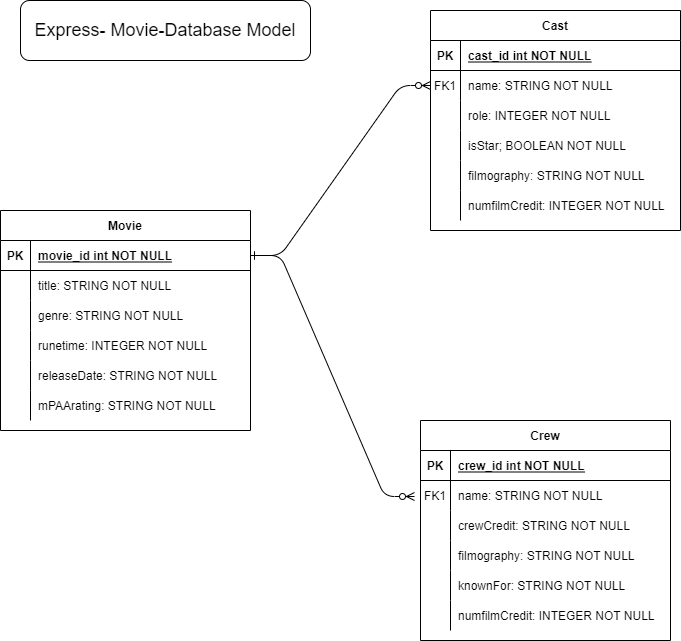
Earlier version of the draw.io export Express-Movie-Database Model.drawio.png (enewmanvz/express-movie-database). Source tidied: cells renumbered, new cells last; positions are measured from the earlier drawing's top-left corner, leaving out a move shared by most shapes. Source of this version:
```xml
<mxGraphModel>
  <root>
    <mxCell id="0" />
    <mxCell id="1" parent="0" />
    <mxCell id="2" style="edgeStyle=entityRelationEdgeStyle;endArrow=ERzeroToMany;startArrow=ERone;endFill=1;startFill=0;" parent="1" edge="1" source="42" target="7">
      <mxGeometry relative="1" as="geometry" />
    </mxCell>
    <mxCell id="3" value="Cast" style="shape=table;startSize=30;rowLines=0;fontStyle=1;align=center;" parent="1" vertex="1">
      <mxGeometry x="430" y="10" width="250" height="220" as="geometry" />
    </mxCell>
    <mxCell id="4" style="shape=partialRectangle;fillColor=none;top=0;left=0;right=0;bottom=1;" parent="3" vertex="1">
      <mxGeometry y="30" width="250" height="30" as="geometry" />
    </mxCell>
    <mxCell id="5" value="PK" style="shape=partialRectangle;overflow=hidden;fillColor=none;top=0;left=0;bottom=0;right=0;fontStyle=1;" parent="4" vertex="1">
      <mxGeometry width="30" height="30" as="geometry" />
    </mxCell>
    <mxCell id="6" value="cast_id int NOT NULL " style="shape=partialRectangle;overflow=hidden;fillColor=none;top=0;left=0;bottom=0;right=0;align=left;spacingLeft=6;fontStyle=5;" parent="4" vertex="1">
      <mxGeometry x="30" width="220" height="30" as="geometry" />
    </mxCell>
    <mxCell id="7" style="shape=partialRectangle;fillColor=none;points=[[0,0.5],[1,0.5]];portConstraint=eastwest;top=0;left=0;right=0;bottom=0;" parent="3" vertex="1">
      <mxGeometry y="60" width="250" height="30" as="geometry" />
    </mxCell>
    <mxCell id="8" value="FK1" style="shape=partialRectangle;overflow=hidden;fillColor=none;top=0;left=0;bottom=0;right=0;" parent="7" vertex="1">
      <mxGeometry width="30" height="30" as="geometry" />
    </mxCell>
    <mxCell id="9" value="name: STRING NOT NULL" style="shape=partialRectangle;overflow=hidden;fillColor=none;top=0;left=0;bottom=0;right=0;align=left;spacingLeft=6;" parent="7" vertex="1">
      <mxGeometry x="30" width="220" height="30" as="geometry" />
    </mxCell>
    <mxCell id="10" style="shape=partialRectangle;fillColor=none;top=0;left=0;right=0;bottom=0;" parent="3" vertex="1">
      <mxGeometry y="90" width="250" height="30" as="geometry" />
    </mxCell>
    <mxCell id="11" style="shape=partialRectangle;overflow=hidden;fillColor=none;top=0;left=0;bottom=0;right=0;" parent="10" vertex="1">
      <mxGeometry width="30" height="30" as="geometry" />
    </mxCell>
    <mxCell id="12" value="role: INTEGER NOT NULL" style="shape=partialRectangle;overflow=hidden;fillColor=none;top=0;left=0;bottom=0;right=0;align=left;spacingLeft=6;" parent="10" vertex="1">
      <mxGeometry x="30" width="220" height="30" as="geometry" />
    </mxCell>
    <mxCell id="13" style="shape=partialRectangle;fillColor=none;top=0;left=0;right=0;bottom=0;" parent="3" vertex="1">
      <mxGeometry y="120" width="250" height="30" as="geometry" />
    </mxCell>
    <mxCell id="14" style="shape=partialRectangle;overflow=hidden;fillColor=none;top=0;left=0;bottom=0;right=0;" parent="13" vertex="1">
      <mxGeometry width="30" height="30" as="geometry" />
    </mxCell>
    <mxCell id="15" value="isStar; BOOLEAN NOT NULL" style="shape=partialRectangle;overflow=hidden;fillColor=none;top=0;left=0;bottom=0;right=0;align=left;spacingLeft=6;" parent="13" vertex="1">
      <mxGeometry x="30" width="220" height="30" as="geometry" />
    </mxCell>
    <mxCell id="16" style="shape=partialRectangle;fillColor=none;top=0;left=0;right=0;bottom=0;" parent="3" vertex="1">
      <mxGeometry y="150" width="250" height="30" as="geometry" />
    </mxCell>
    <mxCell id="17" style="shape=partialRectangle;overflow=hidden;fillColor=none;top=0;left=0;bottom=0;right=0;" parent="16" vertex="1">
      <mxGeometry width="30" height="30" as="geometry" />
    </mxCell>
    <mxCell id="18" value="filmography: STRING NOT NULL" style="shape=partialRectangle;overflow=hidden;fillColor=none;top=0;left=0;bottom=0;right=0;align=left;spacingLeft=6;" parent="16" vertex="1">
      <mxGeometry x="30" width="220" height="30" as="geometry" />
    </mxCell>
    <mxCell id="19" style="shape=partialRectangle;fillColor=none;top=0;left=0;right=0;bottom=0;" parent="3" vertex="1">
      <mxGeometry y="180" width="250" height="30" as="geometry" />
    </mxCell>
    <mxCell id="20" style="shape=partialRectangle;overflow=hidden;fillColor=none;top=0;left=0;bottom=0;right=0;" parent="19" vertex="1">
      <mxGeometry width="30" height="30" as="geometry" />
    </mxCell>
    <mxCell id="21" value="numfilmCredit: INTEGER NOT NULL" style="shape=partialRectangle;overflow=hidden;fillColor=none;top=0;left=0;bottom=0;right=0;align=left;spacingLeft=6;" parent="19" vertex="1">
      <mxGeometry x="30" width="220" height="30" as="geometry" />
    </mxCell>
    <mxCell id="22" value="Crew" style="shape=table;startSize=30;rowLines=0;fontStyle=1;align=center;" parent="1" vertex="1">
      <mxGeometry x="420" y="420" width="250" height="220" as="geometry" />
    </mxCell>
    <mxCell id="23" style="shape=partialRectangle;fillColor=none;top=0;left=0;right=0;bottom=1;" parent="22" vertex="1">
      <mxGeometry y="30" width="250" height="30" as="geometry" />
    </mxCell>
    <mxCell id="24" value="PK" style="shape=partialRectangle;overflow=hidden;fillColor=none;top=0;left=0;bottom=0;right=0;fontStyle=1;" parent="23" vertex="1">
      <mxGeometry width="30" height="30" as="geometry" />
    </mxCell>
    <mxCell id="25" value="crew_id int NOT NULL " style="shape=partialRectangle;overflow=hidden;fillColor=none;top=0;left=0;bottom=0;right=0;align=left;spacingLeft=6;fontStyle=5;" parent="23" vertex="1">
      <mxGeometry x="30" width="220" height="30" as="geometry" />
    </mxCell>
    <mxCell id="26" style="shape=partialRectangle;fillColor=none;points=[[0,0.5],[1,0.5]];portConstraint=eastwest;top=0;left=0;right=0;bottom=0;" parent="22" vertex="1">
      <mxGeometry y="60" width="250" height="30" as="geometry" />
    </mxCell>
    <mxCell id="27" value="FK1" style="shape=partialRectangle;overflow=hidden;fillColor=none;top=0;left=0;bottom=0;right=0;" parent="26" vertex="1">
      <mxGeometry width="30" height="30" as="geometry" />
    </mxCell>
    <mxCell id="28" value="name: STRING NOT NULL" style="shape=partialRectangle;overflow=hidden;fillColor=none;top=0;left=0;bottom=0;right=0;align=left;spacingLeft=6;" parent="26" vertex="1">
      <mxGeometry x="30" width="220" height="30" as="geometry" />
    </mxCell>
    <mxCell id="29" style="shape=partialRectangle;fillColor=none;top=0;left=0;right=0;bottom=0;" parent="22" vertex="1">
      <mxGeometry y="90" width="250" height="30" as="geometry" />
    </mxCell>
    <mxCell id="30" style="shape=partialRectangle;overflow=hidden;fillColor=none;top=0;left=0;bottom=0;right=0;" parent="29" vertex="1">
      <mxGeometry width="30" height="30" as="geometry" />
    </mxCell>
    <mxCell id="31" value="crewCredit: STRING NOT NULL" style="shape=partialRectangle;overflow=hidden;fillColor=none;top=0;left=0;bottom=0;right=0;align=left;spacingLeft=6;" parent="29" vertex="1">
      <mxGeometry x="30" width="220" height="30" as="geometry" />
    </mxCell>
    <mxCell id="32" style="shape=partialRectangle;fillColor=none;top=0;left=0;right=0;bottom=0;" parent="22" vertex="1">
      <mxGeometry y="120" width="250" height="30" as="geometry" />
    </mxCell>
    <mxCell id="33" style="shape=partialRectangle;overflow=hidden;fillColor=none;top=0;left=0;bottom=0;right=0;" parent="32" vertex="1">
      <mxGeometry width="30" height="30" as="geometry" />
    </mxCell>
    <mxCell id="34" value="filmography: STRING NOT NULL" style="shape=partialRectangle;overflow=hidden;fillColor=none;top=0;left=0;bottom=0;right=0;align=left;spacingLeft=6;" parent="32" vertex="1">
      <mxGeometry x="30" width="220" height="30" as="geometry" />
    </mxCell>
    <mxCell id="35" style="shape=partialRectangle;fillColor=none;top=0;left=0;right=0;bottom=0;" parent="22" vertex="1">
      <mxGeometry y="150" width="250" height="30" as="geometry" />
    </mxCell>
    <mxCell id="36" style="shape=partialRectangle;overflow=hidden;fillColor=none;top=0;left=0;bottom=0;right=0;" parent="35" vertex="1">
      <mxGeometry width="30" height="30" as="geometry" />
    </mxCell>
    <mxCell id="37" value="knownFor: STRING NOT NULL" style="shape=partialRectangle;overflow=hidden;fillColor=none;top=0;left=0;bottom=0;right=0;align=left;spacingLeft=6;" parent="35" vertex="1">
      <mxGeometry x="30" width="220" height="30" as="geometry" />
    </mxCell>
    <mxCell id="38" style="shape=partialRectangle;fillColor=none;top=0;left=0;right=0;bottom=0;" parent="22" vertex="1">
      <mxGeometry y="180" width="250" height="30" as="geometry" />
    </mxCell>
    <mxCell id="39" style="shape=partialRectangle;overflow=hidden;fillColor=none;top=0;left=0;bottom=0;right=0;" parent="38" vertex="1">
      <mxGeometry width="30" height="30" as="geometry" />
    </mxCell>
    <mxCell id="40" value="numfilmCredit: INTEGER NOT NULL" style="shape=partialRectangle;overflow=hidden;fillColor=none;top=0;left=0;bottom=0;right=0;align=left;spacingLeft=6;" parent="38" vertex="1">
      <mxGeometry x="30" width="220" height="30" as="geometry" />
    </mxCell>
    <mxCell id="41" value="Movie" style="shape=table;startSize=30;rowLines=0;fontStyle=1;align=center;" parent="1" vertex="1">
      <mxGeometry y="210" width="250" height="220" as="geometry" />
    </mxCell>
    <mxCell id="42" style="shape=partialRectangle;fillColor=none;points=[[0,0.5],[1,0.5]];portConstraint=eastwest;top=0;left=0;right=0;bottom=1;" parent="41" vertex="1">
      <mxGeometry y="30" width="250" height="30" as="geometry" />
    </mxCell>
    <mxCell id="43" value="PK" style="shape=partialRectangle;overflow=hidden;fillColor=none;top=0;left=0;bottom=0;right=0;fontStyle=1;" parent="42" vertex="1">
      <mxGeometry width="30" height="30" as="geometry" />
    </mxCell>
    <mxCell id="44" value="movie_id int NOT NULL " style="shape=partialRectangle;overflow=hidden;fillColor=none;top=0;left=0;bottom=0;right=0;align=left;spacingLeft=6;fontStyle=5;" parent="42" vertex="1">
      <mxGeometry x="30" width="220" height="30" as="geometry" />
    </mxCell>
    <mxCell id="45" style="shape=partialRectangle;fillColor=none;top=0;left=0;right=0;bottom=0;" parent="41" vertex="1">
      <mxGeometry y="60" width="250" height="30" as="geometry" />
    </mxCell>
    <mxCell id="46" style="shape=partialRectangle;overflow=hidden;fillColor=none;top=0;left=0;bottom=0;right=0;" parent="45" vertex="1">
      <mxGeometry width="30" height="30" as="geometry" />
    </mxCell>
    <mxCell id="47" value="title: STRING NOT NULL" style="shape=partialRectangle;overflow=hidden;fillColor=none;top=0;left=0;bottom=0;right=0;align=left;spacingLeft=6;" parent="45" vertex="1">
      <mxGeometry x="30" width="220" height="30" as="geometry" />
    </mxCell>
    <mxCell id="48" style="shape=partialRectangle;fillColor=none;top=0;left=0;right=0;bottom=0;" parent="41" vertex="1">
      <mxGeometry y="90" width="250" height="30" as="geometry" />
    </mxCell>
    <mxCell id="49" style="shape=partialRectangle;overflow=hidden;fillColor=none;top=0;left=0;bottom=0;right=0;" parent="48" vertex="1">
      <mxGeometry width="30" height="30" as="geometry" />
    </mxCell>
    <mxCell id="50" value="genre: STRING NOT NULL" style="shape=partialRectangle;overflow=hidden;fillColor=none;top=0;left=0;bottom=0;right=0;align=left;spacingLeft=6;" parent="48" vertex="1">
      <mxGeometry x="30" width="220" height="30" as="geometry" />
    </mxCell>
    <mxCell id="51" style="shape=partialRectangle;fillColor=none;top=0;left=0;right=0;bottom=0;" parent="41" vertex="1">
      <mxGeometry y="120" width="250" height="30" as="geometry" />
    </mxCell>
    <mxCell id="52" style="shape=partialRectangle;overflow=hidden;fillColor=none;top=0;left=0;bottom=0;right=0;" parent="51" vertex="1">
      <mxGeometry width="30" height="30" as="geometry" />
    </mxCell>
    <mxCell id="53" value="runetime: INTEGER NOT NULL" style="shape=partialRectangle;overflow=hidden;fillColor=none;top=0;left=0;bottom=0;right=0;align=left;spacingLeft=6;" parent="51" vertex="1">
      <mxGeometry x="30" width="220" height="30" as="geometry" />
    </mxCell>
    <mxCell id="54" style="shape=partialRectangle;fillColor=none;top=0;left=0;right=0;bottom=0;" parent="41" vertex="1">
      <mxGeometry y="150" width="250" height="30" as="geometry" />
    </mxCell>
    <mxCell id="55" style="shape=partialRectangle;overflow=hidden;fillColor=none;top=0;left=0;bottom=0;right=0;" parent="54" vertex="1">
      <mxGeometry width="30" height="30" as="geometry" />
    </mxCell>
    <mxCell id="56" value="releaseDate: STRING NOT NULL" style="shape=partialRectangle;overflow=hidden;fillColor=none;top=0;left=0;bottom=0;right=0;align=left;spacingLeft=6;" parent="54" vertex="1">
      <mxGeometry x="30" width="220" height="30" as="geometry" />
    </mxCell>
    <mxCell id="57" style="shape=partialRectangle;fillColor=none;top=0;left=0;right=0;bottom=0;" parent="41" vertex="1">
      <mxGeometry y="180" width="250" height="30" as="geometry" />
    </mxCell>
    <mxCell id="58" style="shape=partialRectangle;overflow=hidden;fillColor=none;top=0;left=0;bottom=0;right=0;" parent="57" vertex="1">
      <mxGeometry width="30" height="30" as="geometry" />
    </mxCell>
    <mxCell id="59" value="mPAArating: STRING NOT NULL" style="shape=partialRectangle;overflow=hidden;fillColor=none;top=0;left=0;bottom=0;right=0;align=left;spacingLeft=6;" parent="57" vertex="1">
      <mxGeometry x="30" width="220" height="30" as="geometry" />
    </mxCell>
    <mxCell id="60" style="edgeStyle=entityRelationEdgeStyle;endArrow=ERzeroToMany;startArrow=ERone;endFill=1;startFill=0;entryX=-0.024;entryY=0.533;entryDx=0;entryDy=0;entryPerimeter=0;exitX=1;exitY=0.5;exitDx=0;exitDy=0;" parent="1" edge="1" source="42" target="26">
      <mxGeometry relative="1" as="geometry" />
    </mxCell>
    <mxCell id="61" value="&lt;font style=&quot;font-size: 18px&quot;&gt;Express- Movie-Database Model&lt;/font&gt;" style="rounded=1;whiteSpace=wrap;html=1;" parent="1" vertex="1">
      <mxGeometry x="20" width="290" height="60" as="geometry" />
    </mxCell>
  </root>
</mxGraphModel>
```
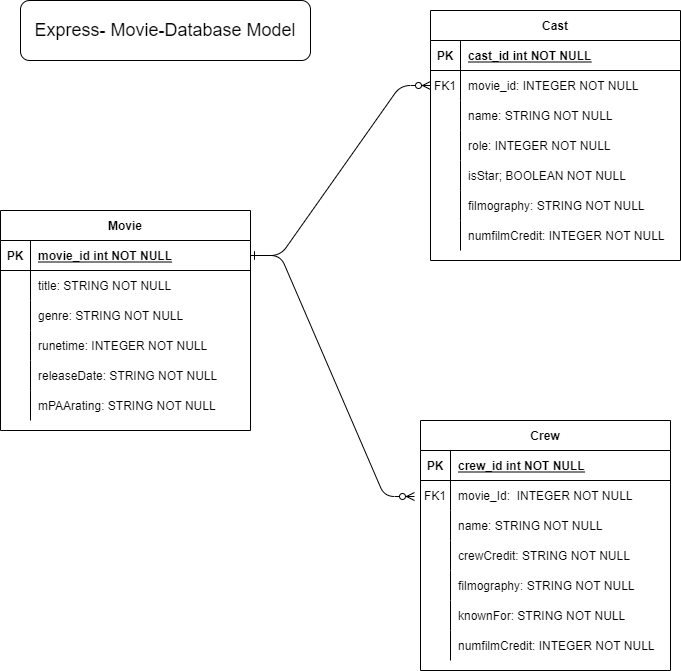
The same diagram one commit later.

Commit message:
updated model diagram

Diff of the diagram source:
```diff
@@ -6,7 +6,7 @@
       <mxGeometry relative="1" as="geometry" />
     </mxCell>
     <mxCell id="3" value="Cast" style="shape=table;startSize=30;rowLines=0;fontStyle=1;align=center;" parent="1" vertex="1">
-      <mxGeometry x="430" y="10" width="250" height="220" as="geometry" />
+      <mxGeometry x="430" y="10" width="250" height="250" as="geometry" />
     </mxCell>
     <mxCell id="4" style="shape=partialRectangle;fillColor=none;top=0;left=0;right=0;bottom=1;" parent="3" vertex="1">
       <mxGeometry y="30" width="250" height="30" as="geometry" />
@@ -23,11 +23,20 @@
     <mxCell id="8" value="FK1" style="shape=partialRectangle;overflow=hidden;fillColor=none;top=0;left=0;bottom=0;right=0;" parent="7" vertex="1">
       <mxGeometry width="30" height="30" as="geometry" />
     </mxCell>
-    <mxCell id="9" value="name: STRING NOT NULL" style="shape=partialRectangle;overflow=hidden;fillColor=none;top=0;left=0;bottom=0;right=0;align=left;spacingLeft=6;" parent="7" vertex="1">
+    <mxCell id="9" value="movie_id: INTEGER NOT NULL" style="shape=partialRectangle;overflow=hidden;fillColor=none;top=0;left=0;bottom=0;right=0;align=left;spacingLeft=6;" parent="7" vertex="1">
       <mxGeometry x="30" width="220" height="30" as="geometry" />
     </mxCell>
+    <mxCell id="62" style="shape=partialRectangle;fillColor=none;top=0;left=0;right=0;bottom=0;" parent="3" vertex="1">
+      <mxGeometry y="90" width="250" height="30" as="geometry" />
+    </mxCell>
+    <mxCell id="63" style="shape=partialRectangle;overflow=hidden;fillColor=none;top=0;left=0;bottom=0;right=0;" parent="62" vertex="1">
+      <mxGeometry width="30" height="30" as="geometry" />
+    </mxCell>
+    <mxCell id="64" value="name: STRING NOT NULL" style="shape=partialRectangle;overflow=hidden;fillColor=none;top=0;left=0;bottom=0;right=0;align=left;spacingLeft=6;" parent="62" vertex="1">
+      <mxGeometry x="30" width="220" height="30" as="geometry" />
+    </mxCell>
     <mxCell id="10" style="shape=partialRectangle;fillColor=none;top=0;left=0;right=0;bottom=0;" parent="3" vertex="1">
-      <mxGeometry y="90" width="250" height="30" as="geometry" />
+      <mxGeometry y="120" width="250" height="30" as="geometry" />
     </mxCell>
     <mxCell id="11" style="shape=partialRectangle;overflow=hidden;fillColor=none;top=0;left=0;bottom=0;right=0;" parent="10" vertex="1">
       <mxGeometry width="30" height="30" as="geometry" />
@@ -36,7 +45,7 @@
       <mxGeometry x="30" width="220" height="30" as="geometry" />
     </mxCell>
     <mxCell id="13" style="shape=partialRectangle;fillColor=none;top=0;left=0;right=0;bottom=0;" parent="3" vertex="1">
-      <mxGeometry y="120" width="250" height="30" as="geometry" />
+      <mxGeometry y="150" width="250" height="30" as="geometry" />
     </mxCell>
     <mxCell id="14" style="shape=partialRectangle;overflow=hidden;fillColor=none;top=0;left=0;bottom=0;right=0;" parent="13" vertex="1">
       <mxGeometry width="30" height="30" as="geometry" />
@@ -45,7 +54,7 @@
       <mxGeometry x="30" width="220" height="30" as="geometry" />
     </mxCell>
     <mxCell id="16" style="shape=partialRectangle;fillColor=none;top=0;left=0;right=0;bottom=0;" parent="3" vertex="1">
-      <mxGeometry y="150" width="250" height="30" as="geometry" />
+      <mxGeometry y="180" width="250" height="30" as="geometry" />
     </mxCell>
     <mxCell id="17" style="shape=partialRectangle;overflow=hidden;fillColor=none;top=0;left=0;bottom=0;right=0;" parent="16" vertex="1">
       <mxGeometry width="30" height="30" as="geometry" />
@@ -54,7 +63,7 @@
       <mxGeometry x="30" width="220" height="30" as="geometry" />
     </mxCell>
     <mxCell id="19" style="shape=partialRectangle;fillColor=none;top=0;left=0;right=0;bottom=0;" parent="3" vertex="1">
-      <mxGeometry y="180" width="250" height="30" as="geometry" />
+      <mxGeometry y="210" width="250" height="30" as="geometry" />
     </mxCell>
     <mxCell id="20" style="shape=partialRectangle;overflow=hidden;fillColor=none;top=0;left=0;bottom=0;right=0;" parent="19" vertex="1">
       <mxGeometry width="30" height="30" as="geometry" />
@@ -63,7 +72,7 @@
       <mxGeometry x="30" width="220" height="30" as="geometry" />
     </mxCell>
     <mxCell id="22" value="Crew" style="shape=table;startSize=30;rowLines=0;fontStyle=1;align=center;" parent="1" vertex="1">
-      <mxGeometry x="420" y="420" width="250" height="220" as="geometry" />
+      <mxGeometry x="420" y="420" width="250" height="250" as="geometry" />
     </mxCell>
     <mxCell id="23" style="shape=partialRectangle;fillColor=none;top=0;left=0;right=0;bottom=1;" parent="22" vertex="1">
       <mxGeometry y="30" width="250" height="30" as="geometry" />
@@ -80,11 +89,20 @@
     <mxCell id="27" value="FK1" style="shape=partialRectangle;overflow=hidden;fillColor=none;top=0;left=0;bottom=0;right=0;" parent="26" vertex="1">
       <mxGeometry width="30" height="30" as="geometry" />
     </mxCell>
-    <mxCell id="28" value="name: STRING NOT NULL" style="shape=partialRectangle;overflow=hidden;fillColor=none;top=0;left=0;bottom=0;right=0;align=left;spacingLeft=6;" parent="26" vertex="1">
+    <mxCell id="28" value="movie_Id:  INTEGER NOT NULL" style="shape=partialRectangle;overflow=hidden;fillColor=none;top=0;left=0;bottom=0;right=0;align=left;spacingLeft=6;" parent="26" vertex="1">
       <mxGeometry x="30" width="220" height="30" as="geometry" />
     </mxCell>
+    <mxCell id="65" style="shape=partialRectangle;fillColor=none;top=0;left=0;right=0;bottom=0;" parent="22" vertex="1">
+      <mxGeometry y="90" width="250" height="30" as="geometry" />
+    </mxCell>
+    <mxCell id="66" style="shape=partialRectangle;overflow=hidden;fillColor=none;top=0;left=0;bottom=0;right=0;" parent="65" vertex="1">
+      <mxGeometry width="30" height="30" as="geometry" />
+    </mxCell>
+    <mxCell id="67" value="name: STRING NOT NULL" style="shape=partialRectangle;overflow=hidden;fillColor=none;top=0;left=0;bottom=0;right=0;align=left;spacingLeft=6;" parent="65" vertex="1">
+      <mxGeometry x="30" width="220" height="30" as="geometry" />
+    </mxCell>
     <mxCell id="29" style="shape=partialRectangle;fillColor=none;top=0;left=0;right=0;bottom=0;" parent="22" vertex="1">
-      <mxGeometry y="90" width="250" height="30" as="geometry" />
+      <mxGeometry y="120" width="250" height="30" as="geometry" />
     </mxCell>
     <mxCell id="30" style="shape=partialRectangle;overflow=hidden;fillColor=none;top=0;left=0;bottom=0;right=0;" parent="29" vertex="1">
       <mxGeometry width="30" height="30" as="geometry" />
@@ -93,7 +111,7 @@
       <mxGeometry x="30" width="220" height="30" as="geometry" />
     </mxCell>
     <mxCell id="32" style="shape=partialRectangle;fillColor=none;top=0;left=0;right=0;bottom=0;" parent="22" vertex="1">
-      <mxGeometry y="120" width="250" height="30" as="geometry" />
+      <mxGeometry y="150" width="250" height="30" as="geometry" />
     </mxCell>
     <mxCell id="33" style="shape=partialRectangle;overflow=hidden;fillColor=none;top=0;left=0;bottom=0;right=0;" parent="32" vertex="1">
       <mxGeometry width="30" height="30" as="geometry" />
@@ -102,7 +120,7 @@
       <mxGeometry x="30" width="220" height="30" as="geometry" />
     </mxCell>
     <mxCell id="35" style="shape=partialRectangle;fillColor=none;top=0;left=0;right=0;bottom=0;" parent="22" vertex="1">
-      <mxGeometry y="150" width="250" height="30" as="geometry" />
+      <mxGeometry y="180" width="250" height="30" as="geometry" />
     </mxCell>
     <mxCell id="36" style="shape=partialRectangle;overflow=hidden;fillColor=none;top=0;left=0;bottom=0;right=0;" parent="35" vertex="1">
       <mxGeometry width="30" height="30" as="geometry" />
@@ -111,7 +129,7 @@
       <mxGeometry x="30" width="220" height="30" as="geometry" />
     </mxCell>
     <mxCell id="38" style="shape=partialRectangle;fillColor=none;top=0;left=0;right=0;bottom=0;" parent="22" vertex="1">
-      <mxGeometry y="180" width="250" height="30" as="geometry" />
+      <mxGeometry y="210" width="250" height="30" as="geometry" />
     </mxCell>
     <mxCell id="39" style="shape=partialRectangle;overflow=hidden;fillColor=none;top=0;left=0;bottom=0;right=0;" parent="38" vertex="1">
       <mxGeometry width="30" height="30" as="geometry" />
```
